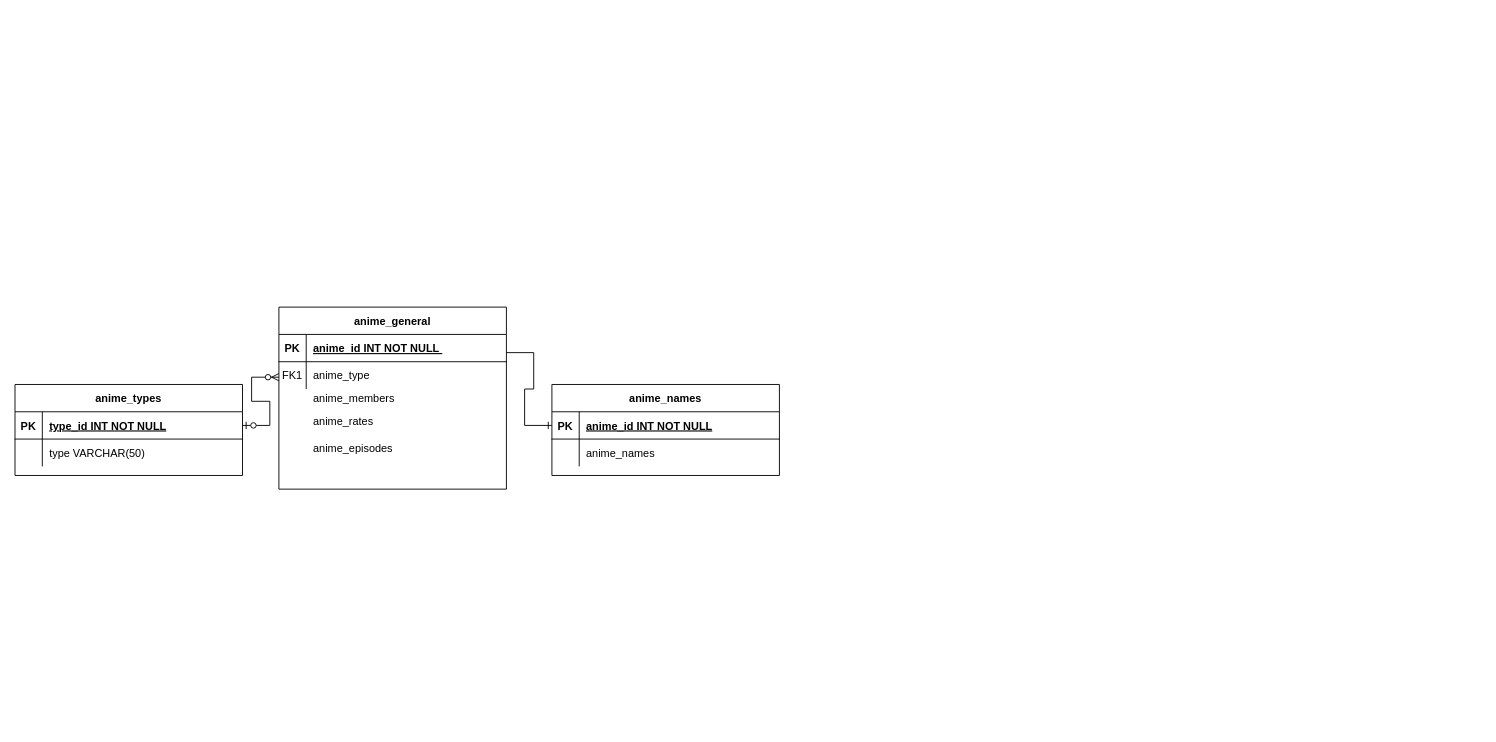
The draw.io diagram erd.drawio in DNedilko/db_lab2_nedilko, before the edit. Source tidied: cells renumbered, new cells numbered last; positions are measured from the earlier drawing's top-left corner, leaving out a move shared by most shapes. Both pictures are drawn from the tidied source at 91%, with x=0, y=0 at pixel (15, 307).
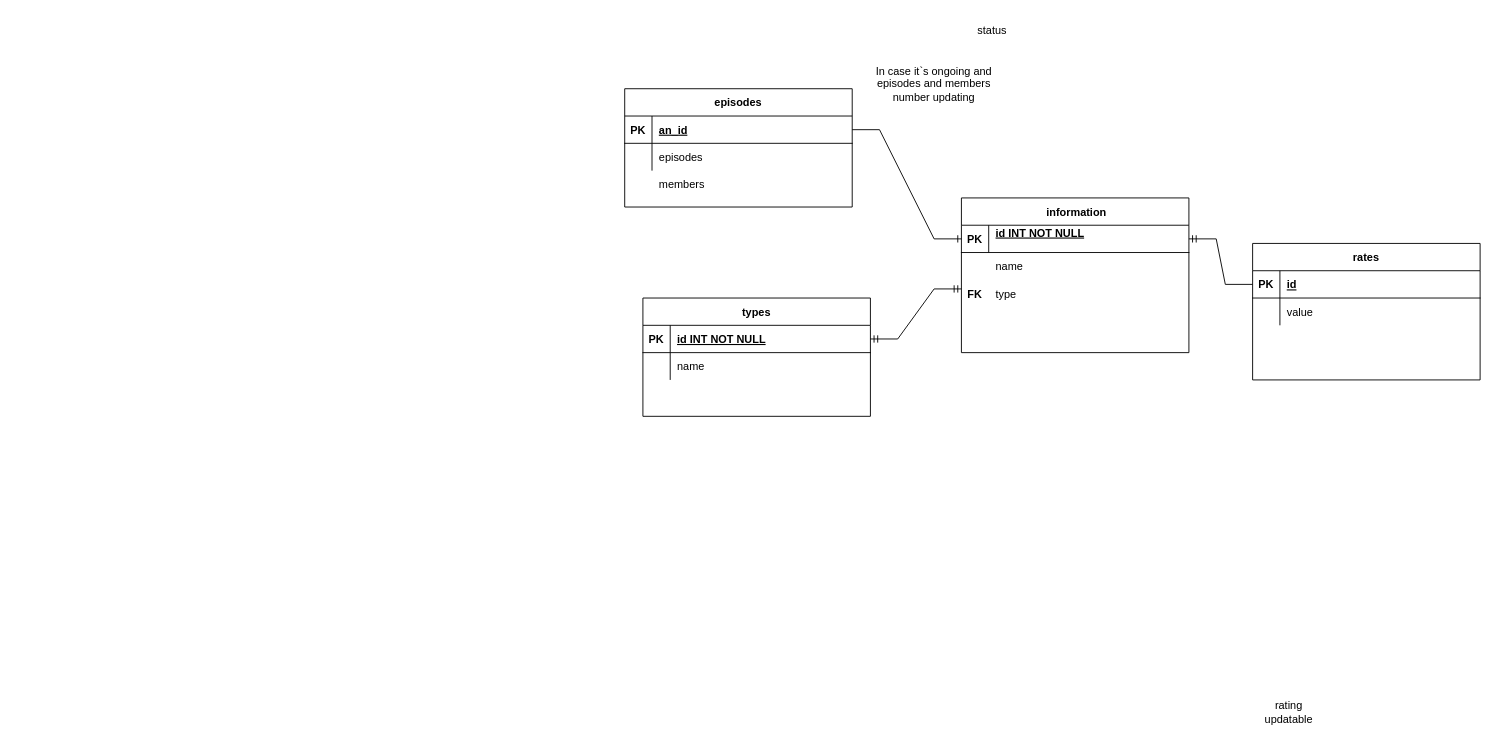
After the change.

Change to the diagram source:
```diff
@@
-    <mxCell id="2" value="anime_types" style="shape=table;startSize=30;childLayout=tableLayout;rowLines=0;fontStyle=1;align=center;" parent="1" vertex="1">
-      <mxGeometry y="85" width="250" height="100" as="geometry" />
-    </mxCell>
-    <mxCell id="3" style="shape=partialRectangle;fillColor=none;points=[[0,0.5],[1,0.5]];portConstraint=eastwest;top=0;left=0;right=0;bottom=1;" parent="2" vertex="1">
-      <mxGeometry y="30" width="250" height="30" as="geometry" />
-    </mxCell>
-    <mxCell id="4" value="PK" style="shape=partialRectangle;overflow=hidden;fillColor=none;top=0;left=0;bottom=0;right=0;fontStyle=1;" parent="3" vertex="1">
-      <mxGeometry width="30" height="30" as="geometry" />
-    </mxCell>
-    <mxCell id="5" value="type_id INT NOT NULL " style="shape=partialRectangle;overflow=hidden;fillColor=none;top=0;left=0;bottom=0;right=0;align=left;spacingLeft=6;fontStyle=5;" parent="3" vertex="1">
-      <mxGeometry x="30" width="220" height="30" as="geometry" />
-    </mxCell>
-    <mxCell id="6" style="shape=partialRectangle;fillColor=none;top=0;left=0;right=0;bottom=0;" parent="2" vertex="1">
-      <mxGeometry y="60" width="250" height="30" as="geometry" />
-    </mxCell>
-    <mxCell id="7" style="shape=partialRectangle;overflow=hidden;fillColor=none;top=0;left=0;bottom=0;right=0;" parent="6" vertex="1">
-      <mxGeometry width="30" height="30" as="geometry" />
-    </mxCell>
-    <mxCell id="8" value="type VARCHAR(50)" style="shape=partialRectangle;overflow=hidden;fillColor=none;top=0;left=0;bottom=0;right=0;align=left;spacingLeft=6;" parent="6" vertex="1">
-      <mxGeometry x="30" width="220" height="30" as="geometry" />
-    </mxCell>
-    <mxCell id="9" value="anime_general" style="shape=table;startSize=30;childLayout=tableLayout;rowLines=0;fontStyle=1;align=center;" parent="1" vertex="1">
-      <mxGeometry x="290" width="250" height="200" as="geometry" />
-    </mxCell>
-    <mxCell id="10" style="shape=partialRectangle;fillColor=none;top=0;left=0;right=0;bottom=1;" parent="9" vertex="1">
-      <mxGeometry y="30" width="250" height="30" as="geometry" />
-    </mxCell>
-    <mxCell id="11" value="PK" style="shape=partialRectangle;overflow=hidden;fillColor=none;top=0;left=0;bottom=0;right=0;fontStyle=1;" parent="10" vertex="1">
-      <mxGeometry width="30" height="30" as="geometry" />
-    </mxCell>
-    <mxCell id="12" value="anime_id INT NOT NULL " style="shape=partialRectangle;overflow=hidden;fillColor=none;top=0;left=0;bottom=0;right=0;align=left;spacingLeft=6;fontStyle=5;" parent="10" vertex="1">
-      <mxGeometry x="30" width="220" height="30" as="geometry" />
-    </mxCell>
-    <mxCell id="13" style="shape=partialRectangle;fillColor=none;top=0;left=0;right=0;bottom=0;" parent="9" vertex="1">
-      <mxGeometry y="60" width="250" height="30" as="geometry" />
-    </mxCell>
-    <mxCell id="14" value="FK1" style="shape=partialRectangle;overflow=hidden;fillColor=none;top=0;left=0;bottom=0;right=0;" parent="13" vertex="1">
-      <mxGeometry width="30" height="30" as="geometry" />
-    </mxCell>
-    <mxCell id="15" value="anime_type" style="shape=partialRectangle;overflow=hidden;fillColor=none;top=0;left=0;bottom=0;right=0;align=left;spacingLeft=6;" parent="13" vertex="1">
-      <mxGeometry x="30" width="220" height="30" as="geometry" />
-    </mxCell>
-    <mxCell id="16" value="anime_members" style="shape=partialRectangle;fillColor=none;top=0;left=0;bottom=0;right=0;align=left;spacingLeft=6;overflow=hidden;" parent="1" vertex="1">
-      <mxGeometry x="320" y="85" width="220" height="30" as="geometry" />
-    </mxCell>
-    <mxCell id="17" value="anime_rates" style="shape=partialRectangle;fillColor=none;top=0;left=0;bottom=0;right=0;align=left;spacingLeft=6;overflow=hidden;" parent="1" vertex="1">
-      <mxGeometry x="320" y="110" width="220" height="30" as="geometry" />
-    </mxCell>
-    <mxCell id="18" value="anime_episodes" style="shape=partialRectangle;fillColor=none;top=0;left=0;bottom=0;right=0;align=left;spacingLeft=6;overflow=hidden;" parent="1" vertex="1">
-      <mxGeometry x="320" y="140" width="220" height="30" as="geometry" />
-    </mxCell>
-    <mxCell id="19" value="anime_names" style="shape=table;startSize=30;childLayout=tableLayout;rowLines=0;fontStyle=1;align=center;" parent="1" vertex="1">
-      <mxGeometry x="590" y="85" width="250" height="100" as="geometry" />
-    </mxCell>
-    <mxCell id="20" style="shape=partialRectangle;fillColor=none;points=[[0,0.5],[1,0.5]];portConstraint=eastwest;top=0;left=0;right=0;bottom=1;" parent="19" vertex="1">
-      <mxGeometry y="30" width="250" height="30" as="geometry" />
-    </mxCell>
-    <mxCell id="21" value="PK" style="shape=partialRectangle;overflow=hidden;fillColor=none;top=0;left=0;bottom=0;right=0;fontStyle=1;" parent="20" vertex="1">
-      <mxGeometry width="30" height="30" as="geometry" />
-    </mxCell>
-    <mxCell id="22" value="anime_id INT NOT NULL " style="shape=partialRectangle;overflow=hidden;fillColor=none;top=0;left=0;bottom=0;right=0;align=left;spacingLeft=6;fontStyle=5;" parent="20" vertex="1">
-      <mxGeometry x="30" width="220" height="30" as="geometry" />
-    </mxCell>
-    <mxCell id="23" style="shape=partialRectangle;fillColor=none;top=0;left=0;right=0;bottom=0;" parent="19" vertex="1">
-      <mxGeometry y="60" width="250" height="30" as="geometry" />
-    </mxCell>
-    <mxCell id="24" style="shape=partialRectangle;overflow=hidden;fillColor=none;top=0;left=0;bottom=0;right=0;" parent="23" vertex="1">
-      <mxGeometry width="30" height="30" as="geometry" />
-    </mxCell>
-    <mxCell id="25" value="anime_names" style="shape=partialRectangle;overflow=hidden;fillColor=none;top=0;left=0;bottom=0;right=0;align=left;spacingLeft=6;" parent="23" vertex="1">
-      <mxGeometry x="30" width="220" height="30" as="geometry" />
-    </mxCell>
-    <mxCell id="26" style="edgeStyle=entityRelationEdgeStyle;fontSize=12;html=1;endArrow=ERzeroToMany;startArrow=ERzeroToOne;rounded=0;exitX=1;exitY=0.5;exitDx=0;exitDy=0;" parent="1" edge="1" source="3">
-      <mxGeometry relative="1" as="geometry">
-        <mxPoint x="290" y="77" as="targetPoint" />
-      </mxGeometry>
-    </mxCell>
-    <mxCell id="27" style="edgeStyle=entityRelationEdgeStyle;fontSize=12;html=1;endArrow=ERone;endFill=1;rounded=0;entryX=0;entryY=0.5;entryDx=0;entryDy=0;exitX=1;exitY=0.25;exitDx=0;exitDy=0;" parent="1" edge="1" source="9" target="20">
-      <mxGeometry relative="1" as="geometry" />
-    </mxCell>
+    <mxCell id="28" value=" information" style="shape=table;startSize=30;childLayout=tableLayout;rowLines=0;fontStyle=1;align=center;" parent="1" vertex="1">
+      <mxGeometry x="1040" y="-120" width="250" height="170" as="geometry" />
+    </mxCell>
+    <mxCell id="29" style="shape=partialRectangle;fillColor=none;points=[[0,0.5],[1,0.5]];portConstraint=eastwest;top=0;left=0;right=0;bottom=1;" parent="28" vertex="1">
+      <mxGeometry y="30" width="250" height="30" as="geometry" />
+    </mxCell>
+    <mxCell id="30" value="PK" style="shape=partialRectangle;overflow=hidden;fillColor=none;top=0;left=0;bottom=0;right=0;fontStyle=1;" parent="29" vertex="1">
+      <mxGeometry width="30" height="30" as="geometry" />
+    </mxCell>
+    <mxCell id="31" value="id INT NOT NULL&#10;" style="shape=partialRectangle;overflow=hidden;fillColor=none;top=0;left=0;bottom=0;right=0;align=left;spacingLeft=6;fontStyle=5;" parent="29" vertex="1">
+      <mxGeometry x="30" width="220" height="30" as="geometry" />
+    </mxCell>
+    <mxCell id="32" value="rates" style="shape=table;startSize=30;childLayout=tableLayout;rowLines=0;fontStyle=1;align=center;" parent="1" vertex="1">
+      <mxGeometry x="1360" y="-70" width="250" height="150" as="geometry" />
+    </mxCell>
+    <mxCell id="33" style="shape=partialRectangle;fillColor=none;points=[[0,0.5],[1,0.5]];portConstraint=eastwest;top=0;left=0;right=0;bottom=1;" parent="32" vertex="1">
+      <mxGeometry y="30" width="250" height="30" as="geometry" />
+    </mxCell>
+    <mxCell id="34" value="PK" style="shape=partialRectangle;overflow=hidden;fillColor=none;top=0;left=0;bottom=0;right=0;fontStyle=1;" parent="33" vertex="1">
+      <mxGeometry width="30" height="30" as="geometry" />
+    </mxCell>
+    <mxCell id="35" value="id" style="shape=partialRectangle;overflow=hidden;fillColor=none;top=0;left=0;bottom=0;right=0;align=left;spacingLeft=6;fontStyle=5;" parent="33" vertex="1">
+      <mxGeometry x="30" width="220" height="30" as="geometry" />
+    </mxCell>
+    <mxCell id="36" style="shape=partialRectangle;fillColor=none;top=0;left=0;right=0;bottom=0;" parent="32" vertex="1">
+      <mxGeometry y="60" width="250" height="30" as="geometry" />
+    </mxCell>
+    <mxCell id="37" style="shape=partialRectangle;overflow=hidden;fillColor=none;top=0;left=0;bottom=0;right=0;" parent="36" vertex="1">
+      <mxGeometry width="30" height="30" as="geometry" />
+    </mxCell>
+    <mxCell id="38" value="value" style="shape=partialRectangle;overflow=hidden;fillColor=none;top=0;left=0;bottom=0;right=0;align=left;spacingLeft=6;" parent="36" vertex="1">
+      <mxGeometry x="30" width="220" height="30" as="geometry" />
+    </mxCell>
+    <mxCell id="39" value="name" style="shape=partialRectangle;overflow=hidden;fillColor=none;top=0;left=0;bottom=0;right=0;align=left;spacingLeft=6;" parent="1" vertex="1">
+      <mxGeometry x="1070" y="-60" width="220" height="30" as="geometry" />
+    </mxCell>
+    <mxCell id="40" style="edgeStyle=entityRelationEdgeStyle;fontSize=12;html=1;endArrow=ERmandOne;rounded=0;exitX=0;exitY=0.5;exitDx=0;exitDy=0;entryX=1;entryY=0.5;entryDx=0;entryDy=0;" parent="1" edge="1" source="33" target="29">
+      <mxGeometry relative="1" as="geometry" />
+    </mxCell>
+    <mxCell id="41" value="episodes" style="shape=table;startSize=30;childLayout=tableLayout;rowLines=0;fontStyle=1;align=center;" parent="1" vertex="1">
+      <mxGeometry x="670" y="-240" width="250" height="130" as="geometry" />
+    </mxCell>
+    <mxCell id="42" style="shape=partialRectangle;fillColor=none;points=[[0,0.5],[1,0.5]];portConstraint=eastwest;top=0;left=0;right=0;bottom=1;" parent="41" vertex="1">
+      <mxGeometry y="30" width="250" height="30" as="geometry" />
+    </mxCell>
+    <mxCell id="43" value="PK" style="shape=partialRectangle;overflow=hidden;fillColor=none;top=0;left=0;bottom=0;right=0;fontStyle=1;" parent="42" vertex="1">
+      <mxGeometry width="30" height="30" as="geometry" />
+    </mxCell>
+    <mxCell id="44" value="an_id" style="shape=partialRectangle;overflow=hidden;fillColor=none;top=0;left=0;bottom=0;right=0;align=left;spacingLeft=6;fontStyle=5;" parent="42" vertex="1">
+      <mxGeometry x="30" width="220" height="30" as="geometry" />
+    </mxCell>
+    <mxCell id="45" style="shape=partialRectangle;fillColor=none;top=0;left=0;right=0;bottom=0;" parent="41" vertex="1">
+      <mxGeometry y="60" width="250" height="30" as="geometry" />
+    </mxCell>
+    <mxCell id="46" style="shape=partialRectangle;overflow=hidden;fillColor=none;top=0;left=0;bottom=0;right=0;" parent="45" vertex="1">
+      <mxGeometry width="30" height="30" as="geometry" />
+    </mxCell>
+    <mxCell id="47" style="shape=partialRectangle;overflow=hidden;fillColor=none;top=0;left=0;bottom=0;right=0;align=left;spacingLeft=6;" parent="45" vertex="1">
+      <mxGeometry x="30" width="220" height="30" as="geometry" />
+    </mxCell>
+    <mxCell id="48" style="edgeStyle=entityRelationEdgeStyle;fontSize=12;html=1;endArrow=ERone;endFill=1;rounded=0;entryX=0;entryY=0.5;entryDx=0;entryDy=0;exitX=1;exitY=0.5;exitDx=0;exitDy=0;" parent="1" edge="1" source="42" target="29">
+      <mxGeometry relative="1" as="geometry" />
+    </mxCell>
+    <mxCell id="49" style="shape=partialRectangle;fillColor=none;top=0;left=0;right=0;bottom=0;" parent="1" vertex="1">
+      <mxGeometry x="670" y="-180" width="250" height="30" as="geometry" />
+    </mxCell>
+    <mxCell id="50" style="shape=partialRectangle;overflow=hidden;fillColor=none;top=0;left=0;bottom=0;right=0;" parent="49" vertex="1">
+      <mxGeometry width="30" height="30" as="geometry" />
+    </mxCell>
+    <mxCell id="51" value="episodes" style="shape=partialRectangle;overflow=hidden;fillColor=none;top=0;left=0;bottom=0;right=0;align=left;spacingLeft=6;" parent="49" vertex="1">
+      <mxGeometry x="30" width="220" height="30" as="geometry" />
+    </mxCell>
+    <mxCell id="52" value="status" style="shape=partialRectangle;overflow=hidden;fillColor=none;top=0;left=0;bottom=0;right=0;align=left;spacingLeft=6;" parent="1" vertex="1">
+      <mxGeometry x="1050" y="-320" width="220" height="30" as="geometry" />
+    </mxCell>
+    <mxCell id="53" value="types" style="shape=table;startSize=30;childLayout=tableLayout;rowLines=0;fontStyle=1;align=center;" parent="1" vertex="1">
+      <mxGeometry x="690" y="-10" width="250" height="130" as="geometry" />
+    </mxCell>
+    <mxCell id="54" style="shape=partialRectangle;fillColor=none;points=[[0,0.5],[1,0.5]];portConstraint=eastwest;top=0;left=0;right=0;bottom=1;" parent="53" vertex="1">
+      <mxGeometry y="30" width="250" height="30" as="geometry" />
+    </mxCell>
+    <mxCell id="55" value="PK" style="shape=partialRectangle;overflow=hidden;fillColor=none;top=0;left=0;bottom=0;right=0;fontStyle=1;" parent="54" vertex="1">
+      <mxGeometry width="30" height="30" as="geometry" />
+    </mxCell>
+    <mxCell id="56" value="id INT NOT NULL " style="shape=partialRectangle;overflow=hidden;fillColor=none;top=0;left=0;bottom=0;right=0;align=left;spacingLeft=6;fontStyle=5;" parent="54" vertex="1">
+      <mxGeometry x="30" width="220" height="30" as="geometry" />
+    </mxCell>
+    <mxCell id="57" style="shape=partialRectangle;fillColor=none;top=0;left=0;right=0;bottom=0;" parent="53" vertex="1">
+      <mxGeometry y="60" width="250" height="30" as="geometry" />
+    </mxCell>
+    <mxCell id="58" style="shape=partialRectangle;overflow=hidden;fillColor=none;top=0;left=0;bottom=0;right=0;" parent="57" vertex="1">
+      <mxGeometry width="30" height="30" as="geometry" />
+    </mxCell>
+    <mxCell id="59" value="name" style="shape=partialRectangle;overflow=hidden;fillColor=none;top=0;left=0;bottom=0;right=0;align=left;spacingLeft=6;" parent="57" vertex="1">
+      <mxGeometry x="30" width="220" height="30" as="geometry" />
+    </mxCell>
+    <mxCell id="60" style="edgeStyle=entityRelationEdgeStyle;fontSize=12;html=1;endArrow=ERmandOne;startArrow=ERmandOne;rounded=0;exitX=1;exitY=0.5;exitDx=0;exitDy=0;" parent="1" edge="1" source="54">
+      <mxGeometry relative="1" as="geometry">
+        <mxPoint x="1040" y="-20" as="targetPoint" />
+      </mxGeometry>
+    </mxCell>
+    <mxCell id="61" value="rating updatable" style="text;html=1;strokeColor=none;fillColor=none;align=center;verticalAlign=middle;whiteSpace=wrap;rounded=0;" parent="1" vertex="1">
+      <mxGeometry x="1370" y="430" width="60" height="30" as="geometry" />
+    </mxCell>
+    <mxCell id="62" value="In case it`s ongoing and episodes and members number updating" style="text;html=1;strokeColor=none;fillColor=none;align=center;verticalAlign=middle;whiteSpace=wrap;rounded=0;" parent="1" vertex="1">
+      <mxGeometry x="930" y="-260" width="160" height="30" as="geometry" />
+    </mxCell>
+    <mxCell id="63" value="members" style="shape=partialRectangle;overflow=hidden;fillColor=none;top=0;left=0;bottom=0;right=0;align=left;spacingLeft=6;" parent="1" vertex="1">
+      <mxGeometry x="700" y="-150" width="220" height="30" as="geometry" />
+    </mxCell>
+    <mxCell id="64" value="type" style="shape=partialRectangle;overflow=hidden;fillColor=none;top=0;left=0;bottom=0;right=0;align=left;spacingLeft=6;" parent="1" vertex="1">
+      <mxGeometry x="1070" y="-30" width="220" height="30" as="geometry" />
+    </mxCell>
+    <mxCell id="65" value="FK" style="shape=partialRectangle;overflow=hidden;fillColor=none;top=0;left=0;bottom=0;right=0;fontStyle=1;" parent="1" vertex="1">
+      <mxGeometry x="1040" y="-30" width="30" height="30" as="geometry" />
+    </mxCell>
```
